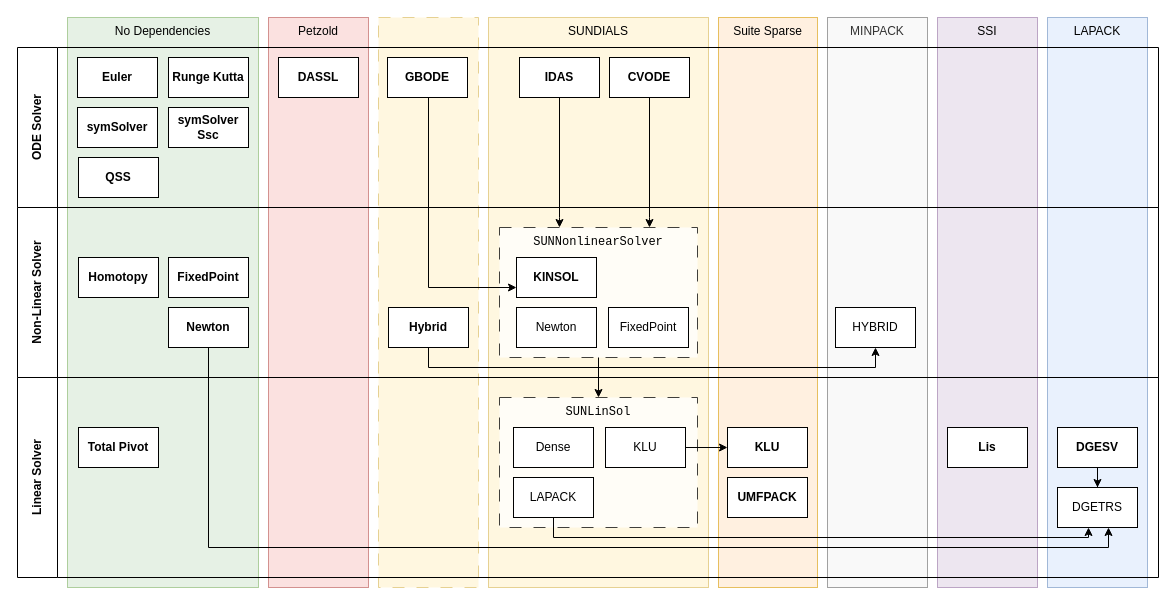
Above: doc/SimulationRuntime/c/img/drawio/Solver_Overview_C.drawio in OpenModelica/OpenModelica (draw.io), before the change. Source tidied: cells renumbered, new cells numbered last; positions are measured from the earlier drawing's top-left corner, leaving out a move shared by most shapes. Both pictures are drawn from the tidied source at 100%, with x=0, y=0 at pixel (17, 17).
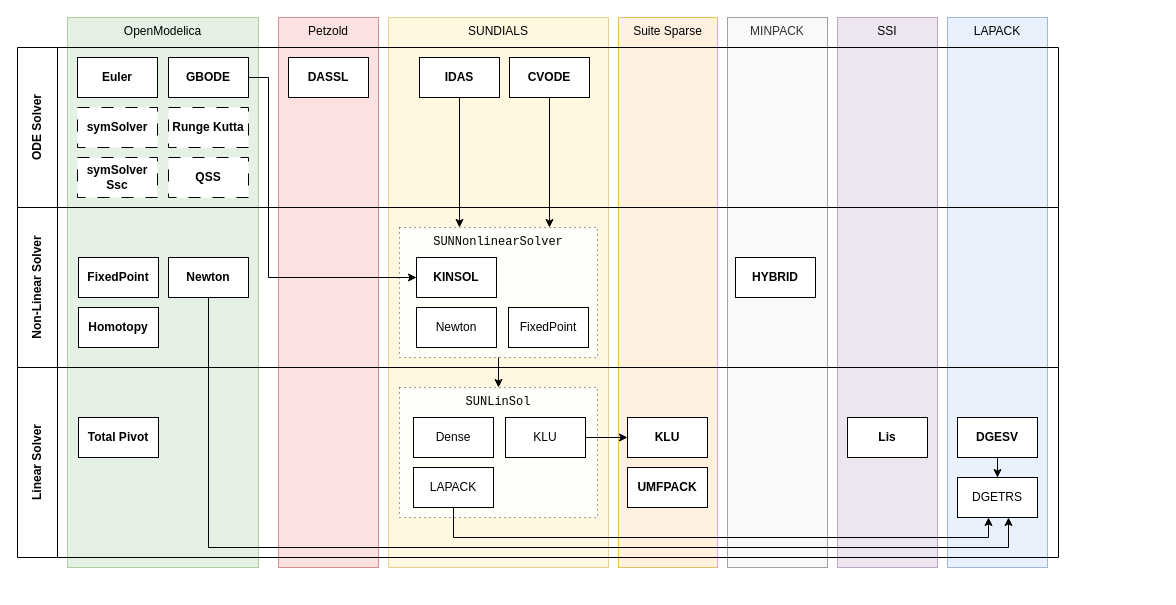
The same diagram, later.

Diff of the diagram source:
```diff
@@
+    <mxCell id="4" value="Petzold" style="rounded=0;whiteSpace=wrap;html=1;verticalAlign=top;fillColor=#f8cecc;strokeColor=#b85450;opacity=60;" parent="1" vertex="1">
+      <mxGeometry x="261" width="100" height="550" as="geometry" />
+    </mxCell>
     <mxCell id="2" value="MINPACK" style="rounded=0;whiteSpace=wrap;html=1;verticalAlign=top;fillColor=#f5f5f5;strokeColor=#666666;opacity=60;fontColor=#333333;" parent="1" vertex="1">
-      <mxGeometry x="810" width="100" height="570" as="geometry" />
+      <mxGeometry x="710" width="100" height="550" as="geometry" />
     </mxCell>
     <mxCell id="3" value="SSI" style="rounded=0;whiteSpace=wrap;html=1;verticalAlign=top;fillColor=#e1d5e7;strokeColor=#9673a6;opacity=60;" parent="1" vertex="1">
-      <mxGeometry x="920" width="100" height="570" as="geometry" />
+      <mxGeometry x="820" width="100" height="550" as="geometry" />
     </mxCell>
-    <mxCell id="4" value="Petzold" style="rounded=0;whiteSpace=wrap;html=1;verticalAlign=top;fillColor=#f8cecc;strokeColor=#b85450;opacity=60;" parent="1" vertex="1">
-      <mxGeometry x="251" width="100" height="570" as="geometry" />
-    </mxCell>
     <mxCell id="5" value="LAPACK" style="rounded=0;whiteSpace=wrap;html=1;verticalAlign=top;fillColor=#dae8fc;strokeColor=#6c8ebf;opacity=60;" parent="1" vertex="1">
-      <mxGeometry x="1030" width="100" height="570" as="geometry" />
+      <mxGeometry x="930" width="100" height="550" as="geometry" />
     </mxCell>
-    <mxCell id="6" style="rounded=0;whiteSpace=wrap;html=1;opacity=60;strokeColor=#d6b656;align=center;verticalAlign=top;fontFamily=Helvetica;fontSize=12;fontColor=default;fillColor=#fff2cc;dashed=1;dashPattern=12 12;" parent="1" vertex="1">
-      <mxGeometry x="361" width="100" height="570" as="geometry" />
-    </mxCell>
     <mxCell id="7" value="Suite Sparse" style="rounded=0;whiteSpace=wrap;html=1;verticalAlign=top;fillColor=#ffe6cc;strokeColor=#d79b00;opacity=60;" parent="1" vertex="1">
-      <mxGeometry x="701" width="99" height="570" as="geometry" />
+      <mxGeometry x="601" width="99" height="550" as="geometry" />
     </mxCell>
-    <mxCell id="8" value="No Dependencies" style="rounded=0;whiteSpace=wrap;html=1;verticalAlign=top;fillColor=#d5e8d4;strokeColor=#82b366;opacity=60;" parent="1" vertex="1">
-      <mxGeometry x="50" width="191" height="570" as="geometry" />
+    <mxCell id="8" value="OpenModelica" style="rounded=0;whiteSpace=wrap;html=1;verticalAlign=top;fillColor=#d5e8d4;strokeColor=#82b366;opacity=60;" parent="1" vertex="1">
+      <mxGeometry x="50" width="191" height="550" as="geometry" />
     </mxCell>
     <mxCell id="9" value="SUNDIALS" style="rounded=0;whiteSpace=wrap;html=1;verticalAlign=top;fillColor=#fff2cc;strokeColor=#d6b656;opacity=60;" parent="1" vertex="1">
-      <mxGeometry x="471" width="220" height="570" as="geometry" />
+      <mxGeometry x="371" width="220" height="550" as="geometry" />
     </mxCell>
     <mxCell id="10" value="ODE Solver" style="swimlane;horizontal=0;whiteSpace=wrap;html=1;startSize=40;" parent="1" vertex="1">
-      <mxGeometry y="30" width="1141" height="160" as="geometry" />
+      <mxGeometry y="30" width="1041" height="160" as="geometry" />
     </mxCell>
     <mxCell id="11" value="IDAS" style="rounded=0;whiteSpace=wrap;html=1;fontStyle=1;" parent="10" vertex="1">
-      <mxGeometry x="502" y="10" width="80" height="40" as="geometry" />
+      <mxGeometry x="402" y="10" width="80" height="40" as="geometry" />
     </mxCell>
     <mxCell id="12" value="CVODE" style="rounded=0;whiteSpace=wrap;html=1;fontStyle=1;" parent="10" vertex="1">
-      <mxGeometry x="592" y="10" width="80" height="40" as="geometry" />
+      <mxGeometry x="492" y="10" width="80" height="40" as="geometry" />
     </mxCell>
     <mxCell id="13" value="GBODE" style="rounded=0;whiteSpace=wrap;html=1;fontStyle=1;" parent="10" vertex="1">
-      <mxGeometry x="370" y="10" width="80" height="40" as="geometry" />
+      <mxGeometry x="151" y="10" width="80" height="40" as="geometry" />
     </mxCell>
@@
-    <mxCell id="15" value="DASSL" style="rounded=0;whiteSpace=wrap;html=1;fontStyle=1;" parent="10" vertex="1">
-      <mxGeometry x="261" y="10" width="80" height="40" as="geometry" />
-    </mxCell>
-    <mxCell id="16" value="Runge Kutta" style="rounded=0;whiteSpace=wrap;html=1;fontStyle=1;" parent="10" vertex="1">
-      <mxGeometry x="151" y="10" width="80" height="40" as="geometry" />
+    <mxCell id="16" value="Runge Kutta" style="rounded=0;whiteSpace=wrap;html=1;fontStyle=1;dashed=1;dashPattern=12 12;" parent="10" vertex="1">
+      <mxGeometry x="151" y="60" width="80" height="40" as="geometry" />
     </mxCell>
-    <mxCell id="17" value="symSolver" style="rounded=0;whiteSpace=wrap;html=1;fontStyle=1;" parent="10" vertex="1">
+    <mxCell id="17" value="symSolver" style="rounded=0;whiteSpace=wrap;html=1;fontStyle=1;dashed=1;dashPattern=12 12;" parent="10" vertex="1">
       <mxGeometry x="60" y="60" width="80" height="40" as="geometry" />
     </mxCell>
-    <mxCell id="18" value="symSolver&lt;div&gt;Ssc&lt;/div&gt;" style="rounded=0;whiteSpace=wrap;html=1;fontStyle=1;" parent="10" vertex="1">
-      <mxGeometry x="151" y="60" width="80" height="40" as="geometry" />
+    <mxCell id="18" value="symSolver&lt;div&gt;Ssc&lt;/div&gt;" style="rounded=0;whiteSpace=wrap;html=1;fontStyle=1;dashed=1;dashPattern=12 12;" parent="10" vertex="1">
+      <mxGeometry x="60" y="110" width="80" height="40" as="geometry" />
     </mxCell>
+    <mxCell id="15" value="DASSL" style="rounded=0;whiteSpace=wrap;html=1;fontStyle=1;" parent="10" vertex="1">
+      <mxGeometry x="271" y="10" width="80" height="40" as="geometry" />
+    </mxCell>
+    <mxCell id="47" value="QSS" style="rounded=0;whiteSpace=wrap;html=1;fontStyle=1;dashed=1;dashPattern=12 12;" parent="10" vertex="1">
+      <mxGeometry x="151" y="110" width="80" height="40" as="geometry" />
+    </mxCell>
     <mxCell id="19" value="Non-Linear Solver" style="swimlane;horizontal=0;whiteSpace=wrap;html=1;startSize=40;" parent="1" vertex="1">
-      <mxGeometry y="190" width="1141" height="170" as="geometry" />
+      <mxGeometry y="190" width="1041" height="160" as="geometry" />
     </mxCell>
-    <mxCell id="20" value="&lt;code class=&quot;docutils literal notranslate&quot;&gt;SUNNonlinearSolver&lt;/code&gt;" style="rounded=0;whiteSpace=wrap;html=1;dashed=1;dashPattern=12 12;verticalAlign=top;opacity=75;" parent="19" vertex="1">
-      <mxGeometry x="482" y="20" width="198" height="130" as="geometry" />
+    <mxCell id="20" value="&lt;code class=&quot;docutils literal notranslate&quot;&gt;SUNNonlinearSolver&lt;/code&gt;" style="rounded=0;whiteSpace=wrap;html=1;dashed=1;verticalAlign=top;opacity=75;dashPattern=1 4;" parent="19" vertex="1">
+      <mxGeometry x="382" y="20" width="198" height="130" as="geometry" />
     </mxCell>
     <mxCell id="21" value="KINSOL" style="rounded=0;whiteSpace=wrap;html=1;fontStyle=1;" parent="19" vertex="1">
-      <mxGeometry x="499" y="50" width="80" height="40" as="geometry" />
+      <mxGeometry x="399" y="50" width="80" height="40" as="geometry" />
     </mxCell>
     <mxCell id="22" value="Newton" style="rounded=0;whiteSpace=wrap;html=1;" parent="19" vertex="1">
-      <mxGeometry x="499" y="100" width="80" height="40" as="geometry" />
+      <mxGeometry x="399" y="100" width="80" height="40" as="geometry" />
     </mxCell>
     <mxCell id="23" value="FixedPoint" style="rounded=0;whiteSpace=wrap;html=1;" parent="19" vertex="1">
-      <mxGeometry x="591" y="100" width="80" height="40" as="geometry" />
+      <mxGeometry x="491" y="100" width="80" height="40" as="geometry" />
     </mxCell>
-    <mxCell id="24" value="Hybrid" style="rounded=0;whiteSpace=wrap;html=1;fontStyle=1;" parent="19" vertex="1">
-      <mxGeometry x="371" y="100" width="80" height="40" as="geometry" />
-    </mxCell>
     <mxCell id="25" value="Newton" style="rounded=0;whiteSpace=wrap;html=1;fontStyle=1;" parent="19" vertex="1">
-      <mxGeometry x="151" y="100" width="80" height="40" as="geometry" />
+      <mxGeometry x="151" y="50" width="80" height="40" as="geometry" />
     </mxCell>
     <mxCell id="26" value="Homotopy" style="rounded=0;whiteSpace=wrap;html=1;fontStyle=1;" parent="19" vertex="1">
-      <mxGeometry x="61" y="50" width="80" height="40" as="geometry" />
+      <mxGeometry x="61" y="100" width="80" height="40" as="geometry" />
     </mxCell>
     <mxCell id="27" value="FixedPoint" style="rounded=0;whiteSpace=wrap;html=1;fontStyle=1;" parent="19" vertex="1">
-      <mxGeometry x="151" y="50" width="80" height="40" as="geometry" />
+      <mxGeometry x="61" y="50" width="80" height="40" as="geometry" />
     </mxCell>
-    <mxCell id="28" value="HYBRID" style="rounded=0;whiteSpace=wrap;html=1;" parent="19" vertex="1">
-      <mxGeometry x="818" y="100" width="80" height="40" as="geometry" />
+    <mxCell id="28" value="&lt;b&gt;HYBRID&lt;/b&gt;" style="rounded=0;whiteSpace=wrap;html=1;" parent="19" vertex="1">
+      <mxGeometry x="718" y="50" width="80" height="40" as="geometry" />
     </mxCell>
-    <mxCell id="29" style="edgeStyle=orthogonalEdgeStyle;rounded=0;jettySize=auto;html=1;" parent="19" edge="1" source="24" target="28">
-      <mxGeometry relative="1" as="geometry">
-        <Array as="points">
-          <mxPoint x="411" y="160" />
-          <mxPoint x="858" y="160" />
-        </Array>
-      </mxGeometry>
-    </mxCell>
     <mxCell id="30" value="Linear Solver" style="swimlane;horizontal=0;whiteSpace=wrap;html=1;startSize=40;" parent="1" vertex="1">
-      <mxGeometry y="360" width="1141" height="200" as="geometry" />
+      <mxGeometry y="350" width="1041" height="190" as="geometry" />
     </mxCell>
     <mxCell id="31" value="KLU" style="rounded=0;whiteSpace=wrap;html=1;fontStyle=1;" parent="30" vertex="1">
-      <mxGeometry x="710" y="50" width="80" height="40" as="geometry" />
+      <mxGeometry x="610" y="50" width="80" height="40" as="geometry" />
     </mxCell>
     <mxCell id="32" value="DGETRS" style="rounded=0;whiteSpace=wrap;html=1;" parent="30" vertex="1">
-      <mxGeometry x="1040" y="110" width="80" height="40" as="geometry" />
+      <mxGeometry x="940" y="110" width="80" height="40" as="geometry" />
     </mxCell>
-    <mxCell id="33" value="&lt;code class=&quot;docutils literal notranslate&quot;&gt;SUNLinSol&lt;/code&gt;" style="rounded=0;whiteSpace=wrap;html=1;dashed=1;dashPattern=12 12;verticalAlign=top;opacity=75;" parent="30" vertex="1">
-      <mxGeometry x="482" y="20" width="198" height="130" as="geometry" />
+    <mxCell id="33" value="&lt;code class=&quot;docutils literal notranslate&quot;&gt;SUNLinSol&lt;/code&gt;" style="rounded=0;whiteSpace=wrap;html=1;dashed=1;verticalAlign=top;opacity=75;dashPattern=1 4;" parent="30" vertex="1">
+      <mxGeometry x="382" y="20" width="198" height="130" as="geometry" />
     </mxCell>
     <mxCell id="34" value="Dense" style="rounded=0;whiteSpace=wrap;html=1;" parent="30" vertex="1">
-      <mxGeometry x="496" y="50" width="80" height="40" as="geometry" />
+      <mxGeometry x="396" y="50" width="80" height="40" as="geometry" />
     </mxCell>
     <mxCell id="35" value="LAPACK" style="rounded=0;whiteSpace=wrap;html=1;" parent="30" vertex="1">
-      <mxGeometry x="496" y="100" width="80" height="40" as="geometry" />
+      <mxGeometry x="396" y="100" width="80" height="40" as="geometry" />
     </mxCell>
@@
     <mxCell id="37" value="KLU" style="rounded=0;whiteSpace=wrap;html=1;" parent="30" vertex="1">
-      <mxGeometry x="588" y="50" width="80" height="40" as="geometry" />
+      <mxGeometry x="488" y="50" width="80" height="40" as="geometry" />
     </mxCell>
     <mxCell id="38" style="edgeStyle=orthogonalEdgeStyle;rounded=0;jettySize=auto;html=1;" parent="30" edge="1" source="35" target="32">
       <mxGeometry relative="1" as="geometry">
         <Array as="points">
-          <mxPoint x="536" y="160" />
-          <mxPoint x="1071" y="160" />
+          <mxPoint x="436" y="170" />
+          <mxPoint x="971" y="170" />
         </Array>
       </mxGeometry>
     </mxCell>
@@
     <mxCell id="40" value="DGESV" style="rounded=0;whiteSpace=wrap;html=1;fontStyle=1;" parent="30" vertex="1">
-      <mxGeometry x="1040" y="50" width="80" height="40" as="geometry" />
+      <mxGeometry x="940" y="50" width="80" height="40" as="geometry" />
     </mxCell>
@@
     <mxCell id="42" value="UMFPACK" style="rounded=0;whiteSpace=wrap;html=1;fontStyle=1;" parent="30" vertex="1">
-      <mxGeometry x="710" y="100" width="80" height="40" as="geometry" />
+      <mxGeometry x="610" y="100" width="80" height="40" as="geometry" />
     </mxCell>
     <mxCell id="43" value="Lis" style="rounded=0;whiteSpace=wrap;html=1;fontStyle=1;" parent="30" vertex="1">
-      <mxGeometry x="930" y="50" width="80" height="40" as="geometry" />
+      <mxGeometry x="830" y="50" width="80" height="40" as="geometry" />
     </mxCell>
     <mxCell id="44" style="edgeStyle=orthogonalEdgeStyle;rounded=0;jettySize=auto;html=1;" parent="1" edge="1" source="11" target="20">
       <mxGeometry relative="1" as="geometry">
         <Array as="points">
-          <mxPoint x="542" y="200" />
-          <mxPoint x="542" y="200" />
+          <mxPoint x="442" y="200" />
+          <mxPoint x="442" y="200" />
         </Array>
       </mxGeometry>
     </mxCell>
     <mxCell id="45" style="edgeStyle=orthogonalEdgeStyle;rounded=0;jettySize=auto;html=1;" parent="1" edge="1" source="12" target="20">
       <mxGeometry relative="1" as="geometry">
         <Array as="points">
-          <mxPoint x="632" y="200" />
-          <mxPoint x="632" y="200" />
+          <mxPoint x="532" y="200" />
+          <mxPoint x="532" y="200" />
         </Array>
       </mxGeometry>
     </mxCell>
@@
-    <mxCell id="47" value="QSS" style="rounded=0;whiteSpace=wrap;html=1;fontStyle=1;" parent="1" vertex="1">
-      <mxGeometry x="61" y="140" width="80" height="40" as="geometry" />
-    </mxCell>
     <mxCell id="48" style="edgeStyle=orthogonalEdgeStyle;rounded=0;jettySize=auto;html=1;" parent="1" edge="1" source="13" target="21">
       <mxGeometry relative="1" as="geometry">
         <Array as="points">
-          <mxPoint x="411" y="270" />
+          <mxPoint x="251" y="60" />
+          <mxPoint x="251" y="260" />
         </Array>
       </mxGeometry>
     </mxCell>
     <mxCell id="49" style="edgeStyle=orthogonalEdgeStyle;rounded=0;jettySize=auto;html=1;" parent="1" edge="1" source="25" target="32">
       <mxGeometry relative="1" as="geometry">
         <Array as="points">
           <mxPoint x="191" y="530" />
-          <mxPoint x="1091" y="530" />
+          <mxPoint x="991" y="530" />
         </Array>
       </mxGeometry>
     </mxCell>
```
